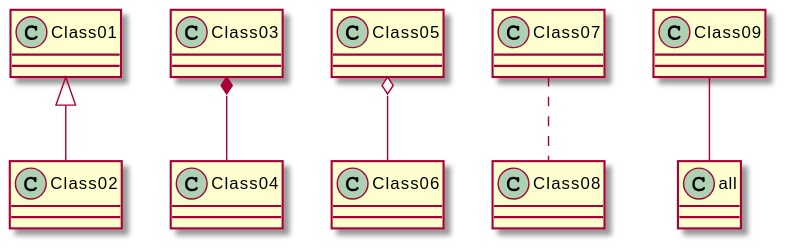
This is meilenstein_03/test.svg from weichware10/meilensteine, a PlantUML export, as it was before one commit.
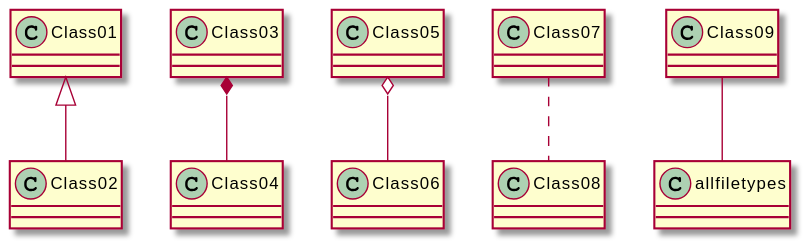
Above is the later version.

Commit message:
Render PlantUML SVGs

Change to the diagram source:
```diff
@@ -3,5 +3,5 @@
 Class03 *-- Class04
 Class05 o-- Class06
 Class07 .. Class08
-Class09 -- all
+Class09 -- allfiletypes
 @enduml
```
